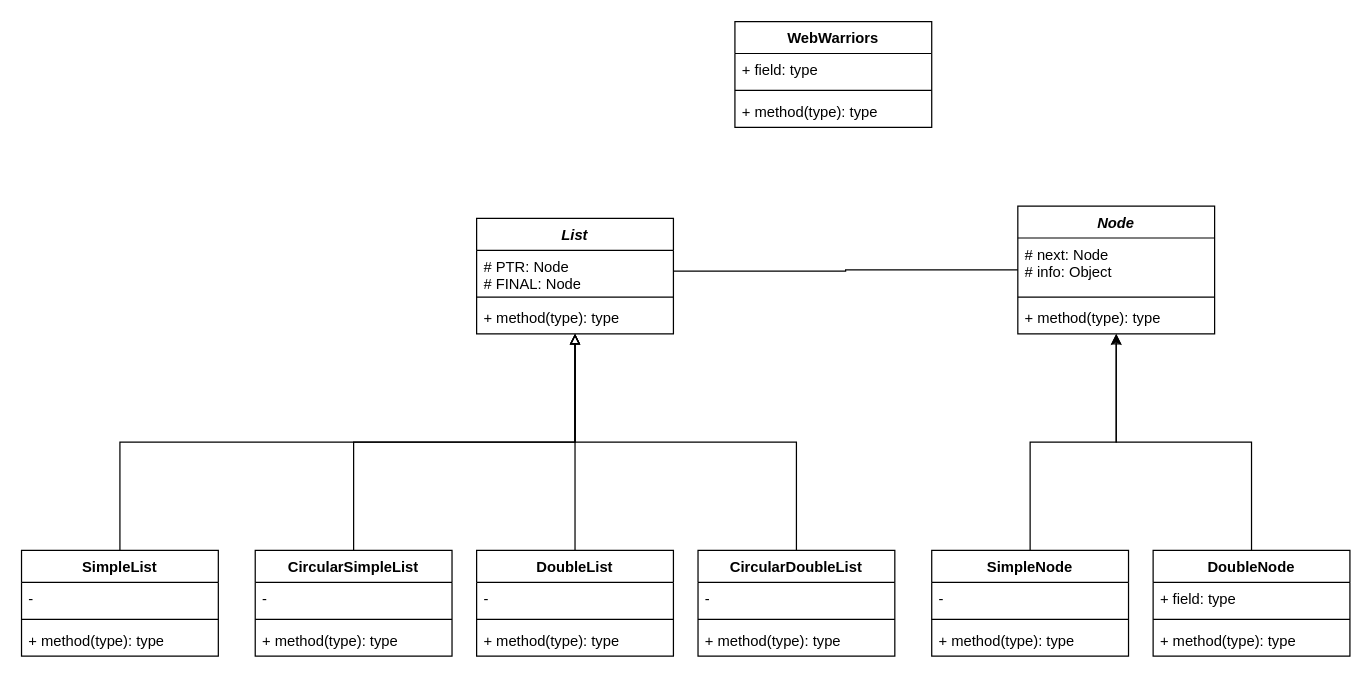
Earlier version of the draw.io diagram Web warriors.drawio (Ally2403/Web-Warriors). Source tidied: cells renumbered, new cells numbered last; positions are measured from the earlier drawing's top-left corner, leaving out a move shared by most shapes. Both pictures are drawn from the tidied source at 123%, with x=0, y=0 at pixel (21, 21).
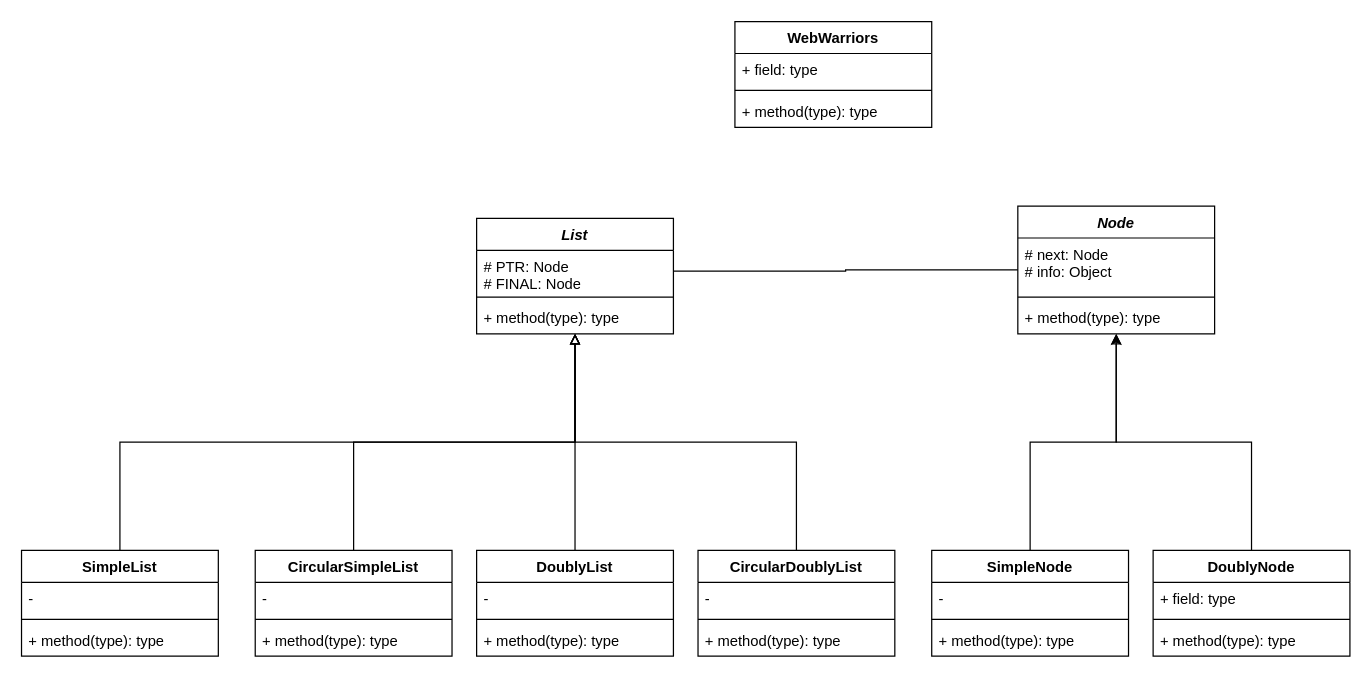
The same diagram, later.

Change to the diagram source:
```diff
@@
-    <mxCell id="31" value="DoubleNode" style="swimlane;fontStyle=1;align=center;verticalAlign=top;horizontal=1;startSize=26;whiteSpace=wrap;html=1;" parent="1" vertex="1">
+    <mxCell id="31" value="DoublyNode" style="swimlane;fontStyle=1;align=center;verticalAlign=top;horizontal=1;startSize=26;whiteSpace=wrap;html=1;" parent="1" vertex="1">
       <mxGeometry x="920" y="430" width="160" height="86" as="geometry" />
     </mxCell>
@@
-    <mxCell id="36" value="DoubleList" style="swimlane;fontStyle=1;align=center;verticalAlign=top;horizontal=1;startSize=26;whiteSpace=wrap;html=1;" parent="1" vertex="1">
+    <mxCell id="36" value="DoublyList" style="swimlane;fontStyle=1;align=center;verticalAlign=top;horizontal=1;startSize=26;whiteSpace=wrap;html=1;" parent="1" vertex="1">
       <mxGeometry x="370" y="430" width="160" height="86" as="geometry" />
     </mxCell>
@@
-    <mxCell id="41" value="CircularDoubleList" style="swimlane;fontStyle=1;align=center;verticalAlign=top;horizontal=1;startSize=26;whiteSpace=wrap;html=1;" parent="1" vertex="1">
+    <mxCell id="41" value="CircularDoublyList" style="swimlane;fontStyle=1;align=center;verticalAlign=top;horizontal=1;startSize=26;whiteSpace=wrap;html=1;" parent="1" vertex="1">
       <mxGeometry x="550" y="430" width="160" height="86" as="geometry" />
     </mxCell>
```
